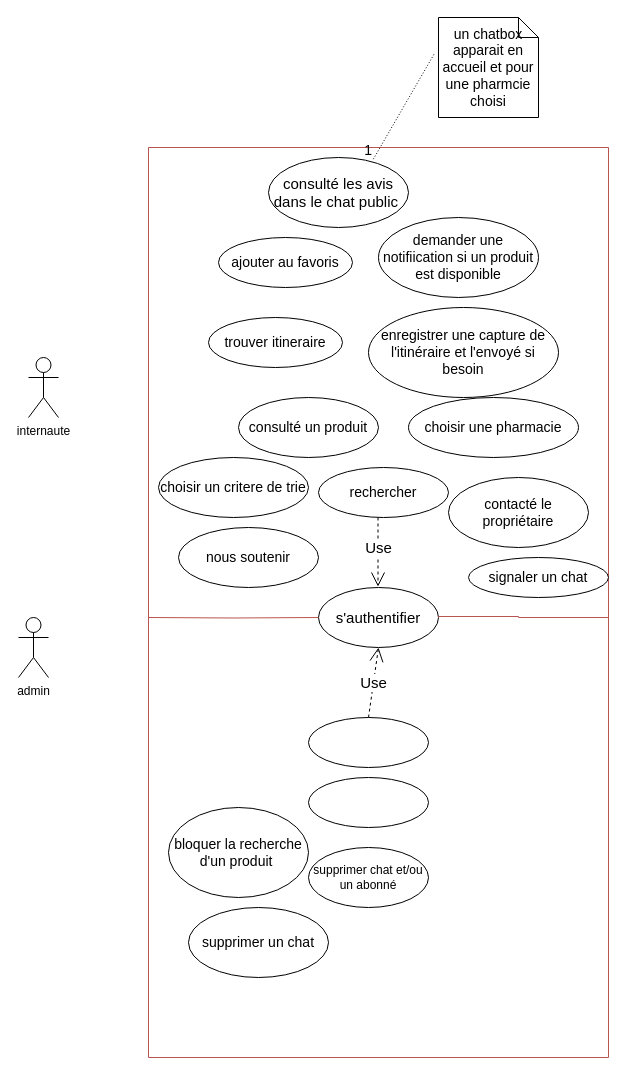
Earlier version of the draw.io diagram useCase.drawio (Magloire07/recherche_en_pharmacie). Source tidied: cells renumbered, new cells numbered last; positions are measured from the earlier drawing's top-left corner, leaving out a move shared by most shapes. Both pictures are drawn from the tidied source at 100%, with x=0, y=0 at pixel (18, 17).
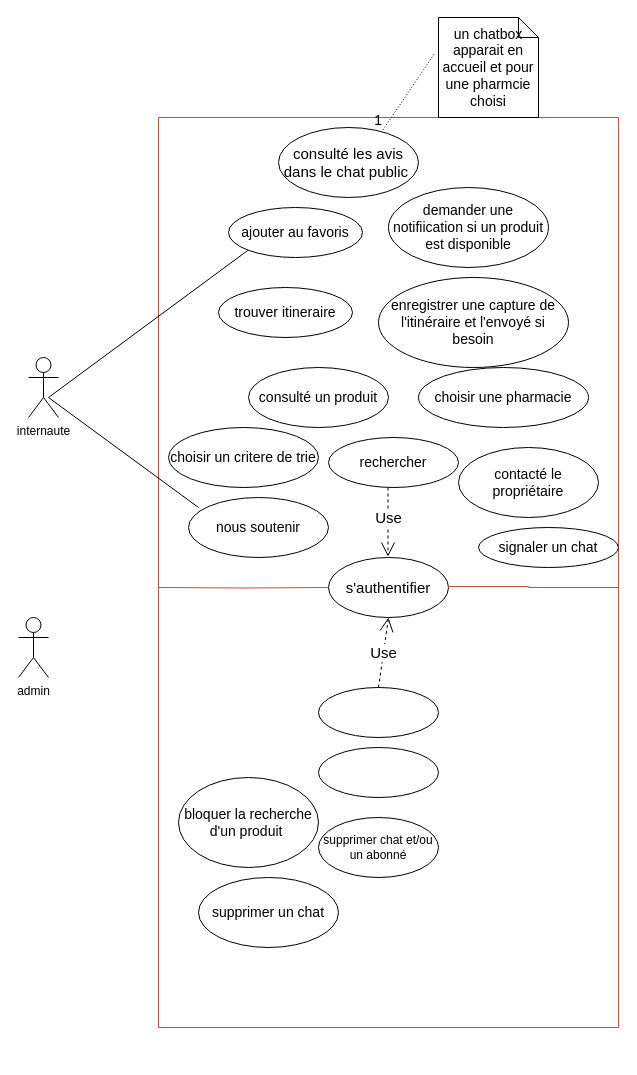
The same page after the edit.

The change refers to these unchanged cells:
```xml
<mxCell id="3" value="&lt;font style=&quot;font-size: 14px;&quot;&gt;ajouter au favoris&lt;/font&gt;" style="ellipse;whiteSpace=wrap;html=1;" parent="2" vertex="1">
  <mxGeometry x="70" y="90" width="134" height="50" as="geometry" />
</mxCell>
```

Diff of the diagram source:
```diff
@@
     <mxCell id="2" style="swimlane;startSize=0;fillColor=#f8cecc;strokeColor=#b85450;" parent="1" vertex="1">
-      <mxGeometry x="130" y="130" width="460" height="910" as="geometry" />
+      <mxGeometry x="140" y="100" width="460" height="910" as="geometry" />
     </mxCell>
@@
+    <mxCell id="30" style="endArrow=none;html=1;rounded=0;fontSize=14;entryX=0;entryY=1;entryDx=0;entryDy=0;" parent="1" edge="1" target="3">
+      <mxGeometry relative="1" as="geometry">
+        <mxPoint x="180" y="490" as="sourcePoint" />
+        <Array as="points">
+          <mxPoint x="30" y="380" />
+        </Array>
+      </mxGeometry>
+    </mxCell>
```
